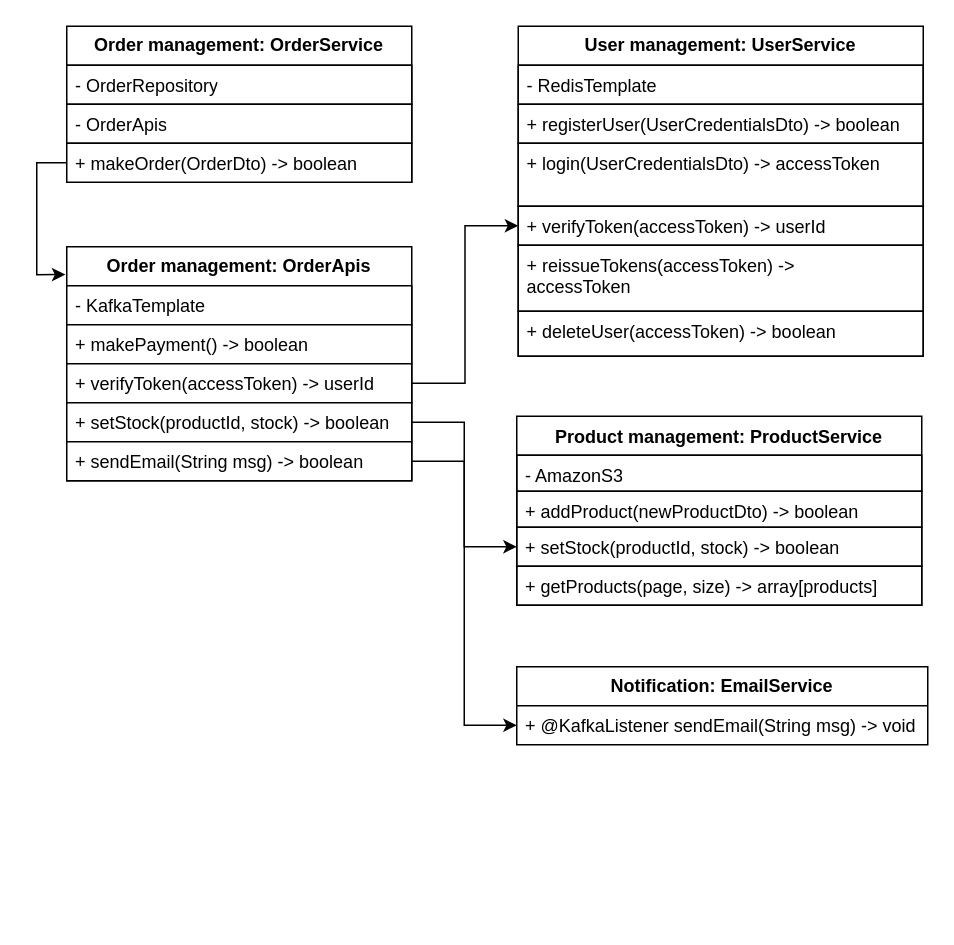
vacu9708/Shopping-mall keeps this draw.io diagram as class_diagram.drawio. Above is the earlier version. Source tidied: cells renumbered, new cells numbered last; positions are measured from the earlier drawing's top-left corner, leaving out a move shared by most shapes. Both pictures are drawn from the tidied source at 150%, with x=0, y=0 at pixel (66, 26).
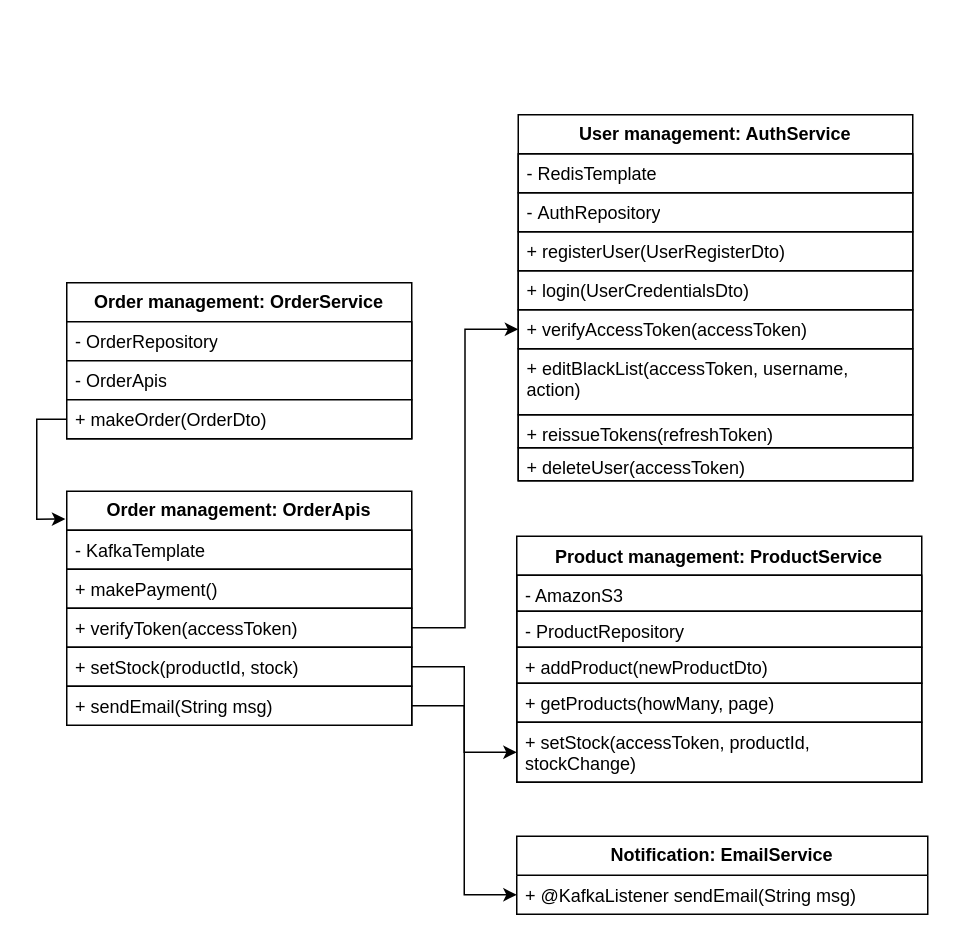
Above is the later version.

Commit message (it also covers changes not shown here):
Modifed schema and drawio

Diff of the diagram source:
```diff
@@
     <mxCell id="2" value="&lt;b&gt;Order management: OrderService&lt;/b&gt;" style="swimlane;fontStyle=0;horizontal=1;startSize=26;fillColor=none;whiteSpace=wrap;html=1;" parent="1" vertex="1">
-      <mxGeometry width="230" height="104" as="geometry" />
+      <mxGeometry y="171" width="230" height="104" as="geometry" />
     </mxCell>
@@
-    <mxCell id="5" value="+ makeOrder(OrderDto) -&amp;gt; boolean" style="text;strokeColor=default;fillColor=default;align=left;verticalAlign=top;spacingLeft=4;spacingRight=4;overflow=hidden;points=[[0,0.5],[1,0.5]];portConstraint=eastwest;whiteSpace=wrap;html=1;" parent="2" vertex="1">
+    <mxCell id="5" value="+ makeOrder(OrderDto)" style="text;strokeColor=default;fillColor=default;align=left;verticalAlign=top;spacingLeft=4;spacingRight=4;overflow=hidden;points=[[0,0.5],[1,0.5]];portConstraint=eastwest;whiteSpace=wrap;html=1;" parent="2" vertex="1">
       <mxGeometry y="78" width="230" height="26" as="geometry" />
     </mxCell>
-    <mxCell id="6" value="&lt;b&gt;User management: UserService&lt;/b&gt;" style="swimlane;fontStyle=0;horizontal=1;startSize=26;fillColor=none;whiteSpace=wrap;html=1;" parent="1" vertex="1">
-      <mxGeometry x="301" width="270" height="220" as="geometry" />
+    <mxCell id="6" value="&lt;b&gt;User management: AuthService&lt;/b&gt;" style="swimlane;fontStyle=0;horizontal=1;startSize=26;fillColor=none;whiteSpace=wrap;html=1;" parent="1" vertex="1">
+      <mxGeometry x="301" y="59" width="263" height="244" as="geometry" />
     </mxCell>
     <mxCell id="7" value="- RedisTemplate" style="text;strokeColor=default;fillColor=none;align=left;verticalAlign=top;spacingLeft=4;spacingRight=4;overflow=hidden;whiteSpace=wrap;html=1;" parent="6" vertex="1">
-      <mxGeometry y="26" width="270" height="26" as="geometry" />
+      <mxGeometry y="26" width="263" height="26" as="geometry" />
     </mxCell>
+    <mxCell id="30" value="-&amp;nbsp;AuthRepository" style="text;strokeColor=default;fillColor=none;align=left;verticalAlign=top;spacingLeft=4;spacingRight=4;overflow=hidden;whiteSpace=wrap;html=1;" parent="6" vertex="1">
+      <mxGeometry y="52" width="263" height="26" as="geometry" />
+    </mxCell>
-    <mxCell id="8" value="+ registerUser(UserCredentialsDto) -&amp;gt; boolean" style="text;strokeColor=default;fillColor=none;align=left;verticalAlign=top;spacingLeft=4;spacingRight=4;overflow=hidden;whiteSpace=wrap;html=1;" parent="6" vertex="1">
-      <mxGeometry y="52" width="270" height="26" as="geometry" />
+    <mxCell id="8" value="+ registerUser(UserRegisterDto)" style="text;strokeColor=default;fillColor=none;align=left;verticalAlign=top;spacingLeft=4;spacingRight=4;overflow=hidden;whiteSpace=wrap;html=1;" parent="6" vertex="1">
+      <mxGeometry y="78" width="263" height="26" as="geometry" />
     </mxCell>
-    <mxCell id="9" value="+ login(UserCredentialsDto&lt;span style=&quot;background-color: initial;&quot;&gt;) -&amp;gt; accessToken&lt;/span&gt;" style="text;strokeColor=default;fillColor=none;align=left;verticalAlign=top;spacingLeft=4;spacingRight=4;overflow=hidden;whiteSpace=wrap;html=1;" parent="6" vertex="1">
-      <mxGeometry y="78" width="270" height="42" as="geometry" />
+    <mxCell id="9" value="+ login(UserCredentialsDto&lt;span style=&quot;background-color: initial;&quot;&gt;)&lt;/span&gt;" style="text;strokeColor=default;fillColor=none;align=left;verticalAlign=top;spacingLeft=4;spacingRight=4;overflow=hidden;whiteSpace=wrap;html=1;" parent="6" vertex="1">
+      <mxGeometry y="104" width="263" height="26" as="geometry" />
     </mxCell>
-    <mxCell id="10" value="&lt;p style=&quot;margin-top: 0pt; margin-bottom: 0pt; margin-left: 0in; direction: ltr; unicode-bidi: embed; word-break: normal;&quot;&gt;+ verifyToken(accessToken) -&amp;gt; userId&lt;br&gt;&lt;/p&gt;" style="text;strokeColor=default;fillColor=none;align=left;verticalAlign=top;spacingLeft=4;spacingRight=4;overflow=hidden;points=[[0,0.5],[1,0.5]];portConstraint=eastwest;whiteSpace=wrap;html=1;" parent="6" vertex="1">
-      <mxGeometry y="120" width="270" height="26" as="geometry" />
+    <mxCell id="10" value="&lt;p style=&quot;margin-top: 0pt; margin-bottom: 0pt; margin-left: 0in; direction: ltr; unicode-bidi: embed; word-break: normal;&quot;&gt;+ verifyAccessToken(accessToken)&lt;br&gt;&lt;/p&gt;" style="text;strokeColor=default;fillColor=none;align=left;verticalAlign=top;spacingLeft=4;spacingRight=4;overflow=hidden;points=[[0,0.5],[1,0.5]];portConstraint=eastwest;whiteSpace=wrap;html=1;" parent="6" vertex="1">
+      <mxGeometry y="130" width="263" height="26" as="geometry" />
     </mxCell>
+    <mxCell id="31" value="+ editBlackList(accessToken, username, action)" style="text;strokeColor=default;fillColor=none;align=left;verticalAlign=top;spacingLeft=4;spacingRight=4;overflow=hidden;whiteSpace=wrap;html=1;" parent="6" vertex="1">
+      <mxGeometry y="156" width="263" height="44" as="geometry" />
+    </mxCell>
-    <mxCell id="11" value="&lt;p style=&quot;margin-top: 0pt; margin-bottom: 0pt; margin-left: 0in; direction: ltr; unicode-bidi: embed; word-break: normal;&quot;&gt;+ reissueTokens(accessToken) -&amp;gt;&amp;nbsp;&lt;br&gt;&lt;/p&gt;accessToken" style="text;strokeColor=default;fillColor=none;align=left;verticalAlign=top;spacingLeft=4;spacingRight=4;overflow=hidden;whiteSpace=wrap;html=1;" parent="6" vertex="1">
-      <mxGeometry y="146" width="270" height="44" as="geometry" />
+    <mxCell id="11" value="&lt;p style=&quot;margin-top: 0pt; margin-bottom: 0pt; margin-left: 0in; direction: ltr; unicode-bidi: embed; word-break: normal;&quot;&gt;+ reissueTokens(refreshToken)&lt;/p&gt;" style="text;strokeColor=default;fillColor=none;align=left;verticalAlign=top;spacingLeft=4;spacingRight=4;overflow=hidden;whiteSpace=wrap;html=1;" parent="6" vertex="1">
+      <mxGeometry y="200" width="263" height="22" as="geometry" />
     </mxCell>
-    <mxCell id="12" value="&lt;p style=&quot;margin-top: 0pt; margin-bottom: 0pt; margin-left: 0in; direction: ltr; unicode-bidi: embed; word-break: normal;&quot;&gt;+ deleteUser(accessToken) -&amp;gt; boolean&lt;br&gt;&lt;/p&gt;" style="text;strokeColor=default;fillColor=none;align=left;verticalAlign=top;spacingLeft=4;spacingRight=4;overflow=hidden;whiteSpace=wrap;html=1;" parent="6" vertex="1">
-      <mxGeometry y="190" width="270" height="30" as="geometry" />
+    <mxCell id="12" value="&lt;p style=&quot;margin-top: 0pt; margin-bottom: 0pt; margin-left: 0in; direction: ltr; unicode-bidi: embed; word-break: normal;&quot;&gt;+ deleteUser(accessToken)&lt;/p&gt;" style="text;strokeColor=default;fillColor=none;align=left;verticalAlign=top;spacingLeft=4;spacingRight=4;overflow=hidden;whiteSpace=wrap;html=1;" parent="6" vertex="1">
+      <mxGeometry y="222" width="263" height="22" as="geometry" />
     </mxCell>
     <mxCell id="13" value="Product management: ProductService" style="swimlane;fontStyle=1;align=center;verticalAlign=top;horizontal=1;startSize=26;whiteSpace=wrap;html=1;fillColor=none;" parent="1" vertex="1">
-      <mxGeometry x="300" y="260" width="270" height="126" as="geometry" />
+      <mxGeometry x="300" y="340" width="270" height="164" as="geometry" />
     </mxCell>
@@
+    <mxCell id="32" value="-&amp;nbsp;ProductRepository" style="text;strokeColor=default;fillColor=none;align=left;verticalAlign=top;spacingLeft=4;spacingRight=4;overflow=hidden;whiteSpace=wrap;html=1;" parent="13" vertex="1">
+      <mxGeometry y="50" width="270" height="24" as="geometry" />
+    </mxCell>
-    <mxCell id="15" value="+ addProduct(newProductDto) -&amp;gt; boolean" style="text;strokeColor=default;fillColor=none;align=left;verticalAlign=top;spacingLeft=4;spacingRight=4;overflow=hidden;whiteSpace=wrap;html=1;" parent="13" vertex="1">
-      <mxGeometry y="50" width="270" height="24" as="geometry" />
+    <mxCell id="15" value="+ addProduct(newProductDto)" style="text;strokeColor=default;fillColor=none;align=left;verticalAlign=top;spacingLeft=4;spacingRight=4;overflow=hidden;whiteSpace=wrap;html=1;" parent="13" vertex="1">
+      <mxGeometry y="74" width="270" height="24" as="geometry" />
     </mxCell>
+    <mxCell id="17" value="&lt;p style=&quot;margin-top: 0pt; margin-bottom: 0pt; margin-left: 0in; direction: ltr; unicode-bidi: embed; word-break: normal;&quot;&gt;+ getProducts(howMany, page)&lt;br&gt;&lt;/p&gt;" style="text;strokeColor=default;fillColor=none;align=left;verticalAlign=top;spacingLeft=4;spacingRight=4;overflow=hidden;whiteSpace=wrap;html=1;" parent="13" vertex="1">
+      <mxGeometry y="98" width="270" height="26" as="geometry" />
+    </mxCell>
-    <mxCell id="16" value="+ setStock(productId, stock) -&amp;gt; boolean" style="text;strokeColor=default;fillColor=none;align=left;verticalAlign=top;spacingLeft=4;spacingRight=4;overflow=hidden;points=[[0,0.5],[1,0.5]];portConstraint=eastwest;whiteSpace=wrap;html=1;" parent="13" vertex="1">
-      <mxGeometry y="74" width="270" height="26" as="geometry" />
+    <mxCell id="16" value="+ setStock(accessToken, productId, stockChange)" style="text;strokeColor=default;fillColor=none;align=left;verticalAlign=top;spacingLeft=4;spacingRight=4;overflow=hidden;points=[[0,0.5],[1,0.5]];portConstraint=eastwest;whiteSpace=wrap;html=1;" parent="13" vertex="1">
+      <mxGeometry y="124" width="270" height="40" as="geometry" />
     </mxCell>
-    <mxCell id="17" value="&lt;p style=&quot;margin-top: 0pt; margin-bottom: 0pt; margin-left: 0in; direction: ltr; unicode-bidi: embed; word-break: normal;&quot;&gt;+ getProducts(page, size) -&amp;gt; array[products]&lt;br&gt;&lt;/p&gt;" style="text;strokeColor=default;fillColor=none;align=left;verticalAlign=top;spacingLeft=4;spacingRight=4;overflow=hidden;whiteSpace=wrap;html=1;" parent="13" vertex="1">
-      <mxGeometry y="100" width="270" height="26" as="geometry" />
-    </mxCell>
     <mxCell id="18" value="&lt;b&gt;Notification: EmailService&lt;/b&gt;" style="swimlane;fontStyle=0;horizontal=1;startSize=26;fillColor=none;whiteSpace=wrap;html=1;" parent="1" vertex="1">
-      <mxGeometry x="300" y="427" width="274" height="52" as="geometry" />
+      <mxGeometry x="300" y="540" width="274" height="52" as="geometry" />
     </mxCell>
-    <mxCell id="19" value="+ @KafkaListener sendEmail(String msg) -&amp;gt; void" style="text;strokeColor=none;fillColor=none;align=left;verticalAlign=top;spacingLeft=4;spacingRight=4;overflow=hidden;points=[[0,0.5],[1,0.5]];portConstraint=eastwest;whiteSpace=wrap;html=1;" parent="18" vertex="1">
+    <mxCell id="19" value="+ @KafkaListener sendEmail(String msg)&amp;nbsp;" style="text;strokeColor=none;fillColor=none;align=left;verticalAlign=top;spacingLeft=4;spacingRight=4;overflow=hidden;points=[[0,0.5],[1,0.5]];portConstraint=eastwest;whiteSpace=wrap;html=1;" parent="18" vertex="1">
       <mxGeometry y="26" width="274" height="26" as="geometry" />
     </mxCell>
     <mxCell id="20" value="&lt;b&gt;Order management: OrderApis&lt;/b&gt;" style="swimlane;fontStyle=0;horizontal=1;startSize=26;fillColor=none;whiteSpace=wrap;html=1;" parent="1" vertex="1">
-      <mxGeometry y="147" width="230" height="156" as="geometry" />
+      <mxGeometry y="310" width="230" height="156" as="geometry" />
     </mxCell>
@@
-    <mxCell id="22" value="+ makePayment() -&amp;gt; boolean" style="text;strokeColor=default;fillColor=default;align=left;verticalAlign=top;spacingLeft=4;spacingRight=4;overflow=hidden;whiteSpace=wrap;html=1;" parent="20" vertex="1">
+    <mxCell id="22" value="+ makePayment()" style="text;strokeColor=default;fillColor=default;align=left;verticalAlign=top;spacingLeft=4;spacingRight=4;overflow=hidden;whiteSpace=wrap;html=1;" parent="20" vertex="1">
       <mxGeometry y="52" width="230" height="26" as="geometry" />
     </mxCell>
-    <mxCell id="23" value="+ verifyToken(accessToken) -&amp;gt; userId" style="text;strokeColor=default;fillColor=default;align=left;verticalAlign=top;spacingLeft=4;spacingRight=4;overflow=hidden;points=[[0,0.5],[1,0.5]];portConstraint=eastwest;whiteSpace=wrap;html=1;" parent="20" vertex="1">
+    <mxCell id="23" value="+ verifyToken(accessToken)&amp;nbsp;" style="text;strokeColor=default;fillColor=default;align=left;verticalAlign=top;spacingLeft=4;spacingRight=4;overflow=hidden;points=[[0,0.5],[1,0.5]];portConstraint=eastwest;whiteSpace=wrap;html=1;" parent="20" vertex="1">
       <mxGeometry y="78" width="230" height="26" as="geometry" />
     </mxCell>
-    <mxCell id="24" value="+ setStock(productId, stock) -&amp;gt; boolean" style="text;strokeColor=default;fillColor=default;align=left;verticalAlign=top;spacingLeft=4;spacingRight=4;overflow=hidden;points=[[0,0.5],[1,0.5]];portConstraint=eastwest;whiteSpace=wrap;html=1;" parent="20" vertex="1">
+    <mxCell id="24" value="+ setStock(productId, stock)" style="text;strokeColor=default;fillColor=default;align=left;verticalAlign=top;spacingLeft=4;spacingRight=4;overflow=hidden;points=[[0,0.5],[1,0.5]];portConstraint=eastwest;whiteSpace=wrap;html=1;" parent="20" vertex="1">
       <mxGeometry y="104" width="230" height="26" as="geometry" />
     </mxCell>
-    <mxCell id="25" value="+ sendEmail(String msg) -&amp;gt; boolean" style="text;strokeColor=default;fillColor=default;align=left;verticalAlign=top;spacingLeft=4;spacingRight=4;overflow=hidden;points=[[0,0.5],[1,0.5]];portConstraint=eastwest;whiteSpace=wrap;html=1;" parent="20" vertex="1">
+    <mxCell id="25" value="+ sendEmail(String msg)" style="text;strokeColor=default;fillColor=default;align=left;verticalAlign=top;spacingLeft=4;spacingRight=4;overflow=hidden;points=[[0,0.5],[1,0.5]];portConstraint=eastwest;whiteSpace=wrap;html=1;" parent="20" vertex="1">
       <mxGeometry y="130" width="230" height="26" as="geometry" />
     </mxCell>
```
